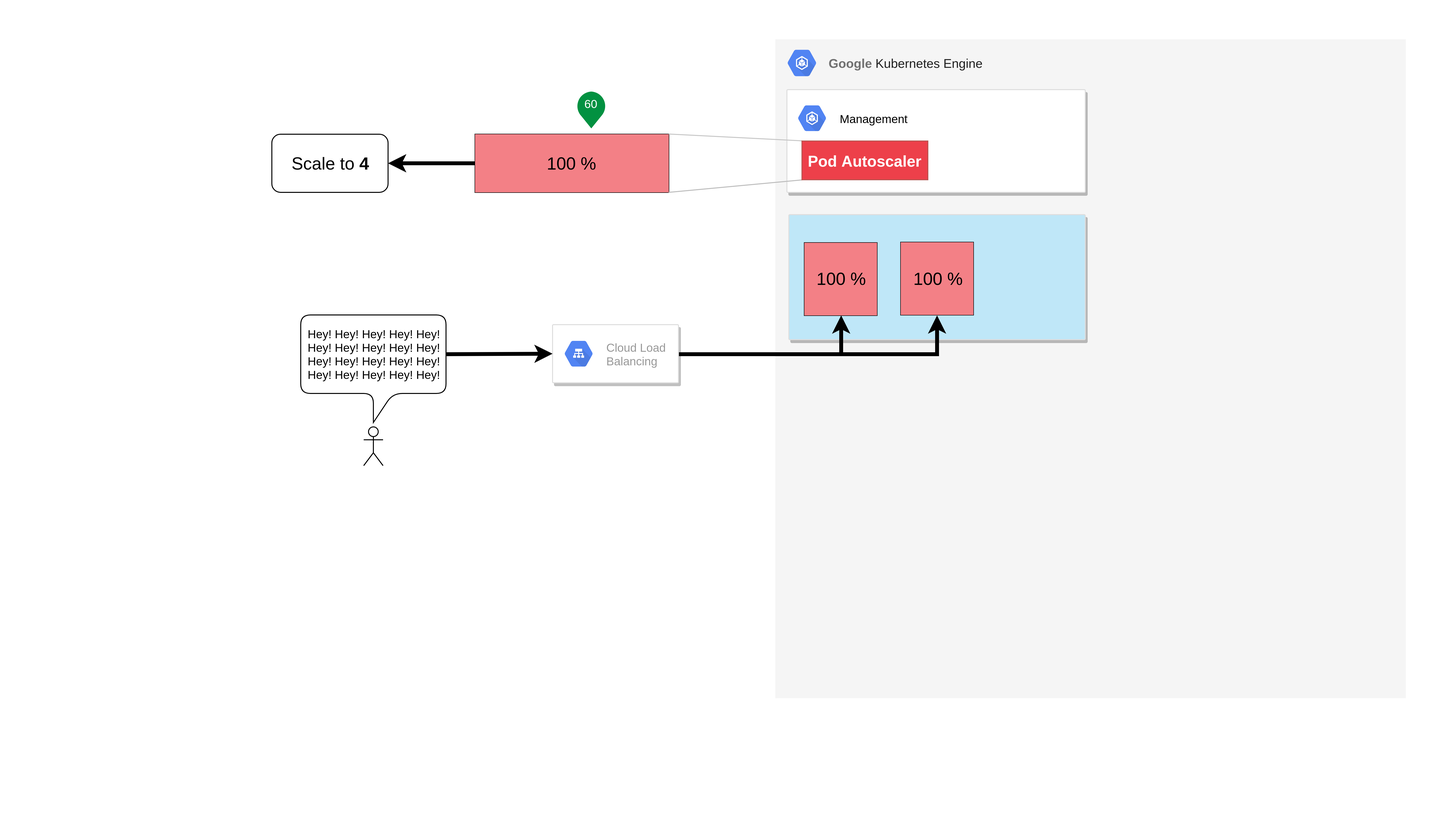
The draw.io diagram images/k8s-scaling-scale2.png in bastiandg/scaling-in-the-cloud, before a commit. Source tidied: cells renumbered, new cells last; positions are measured from the earlier drawing's top-left corner, leaving out a move shared by most shapes.
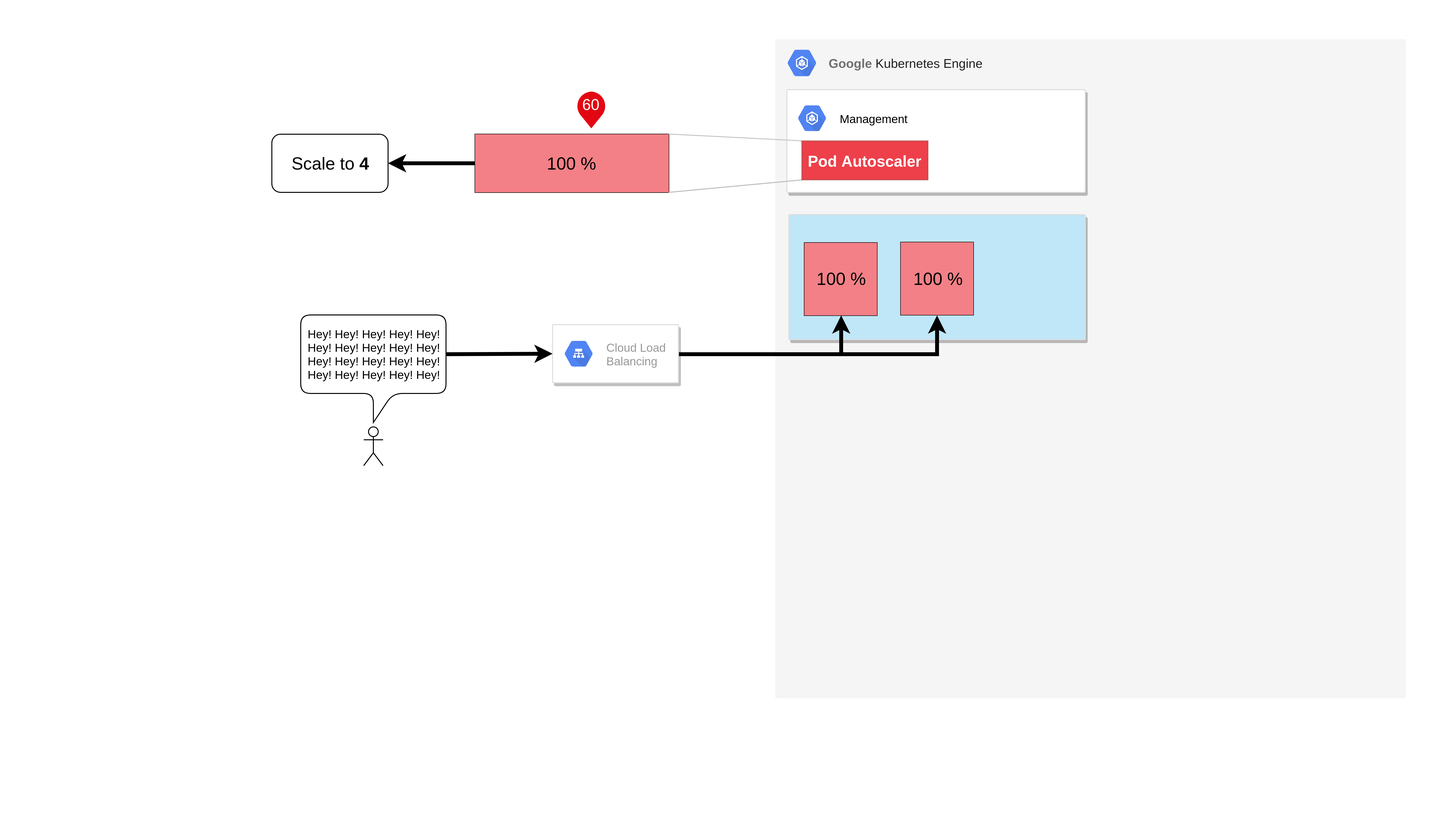
Later version of the same file.

The edit, as a diff of the source:
```diff
@@ -2,7 +2,7 @@
   <root>
     <mxCell id="0" />
     <mxCell id="1" parent="0" />
-    <mxCell id="2" style="dashed=0;verticalLabelPosition=bottom;verticalAlign=top;align=center;shape=mxgraph.gmdl.sliderDiscrete;barPos=60;strokeColor=none;opacity=100;strokeWidth=2;fillColor=#029141;handleSize=10;shadow=0;fontSize=12;fontColor=#ffffff;" parent="1" vertex="1">
+    <mxCell id="2" style="dashed=0;verticalLabelPosition=bottom;verticalAlign=top;align=center;shape=mxgraph.gmdl.sliderDiscrete;barPos=60;strokeColor=none;opacity=100;strokeWidth=2;fillColor=#E30613;handleSize=10;shadow=0;fontSize=16;fontColor=#ffffff;" parent="1" vertex="1">
       <mxGeometry x="490" y="94" width="200" height="45" as="geometry" />
     </mxCell>
     <mxCell id="3" style="rounded=0;whiteSpace=wrap;html=1;align=left;fillColor=#f5f5f5;strokeColor=none;fontColor=#333333;verticalAlign=top;" parent="1" vertex="1">
@@ -97,7 +97,7 @@
     <mxCell id="30" value="Pod Autoscaler" style="rounded=0;html=1;fillColor=#ED404A;strokeColor=#b85450;fontColor=#FFFFFF;fontFamily=Arial;fontSize=16;fontStyle=1;" parent="1" vertex="1">
       <mxGeometry x="827.5" y="145" width="130" height="40" as="geometry" />
     </mxCell>
-    <mxCell id="31" style="rounded=0;whiteSpace=wrap;html=1;fillColor=none;perimeter=none;backgroundOutline=1;strokeColor=#FFFFFF;" parent="1" vertex="1">
+    <mxCell id="31" style="rounded=0;whiteSpace=wrap;html=1;fillColor=none;perimeter=none;backgroundOutline=1;strokeColor=none;" parent="1" vertex="1">
       <mxGeometry width="1493" height="840" as="geometry" />
     </mxCell>
   </root>
```
